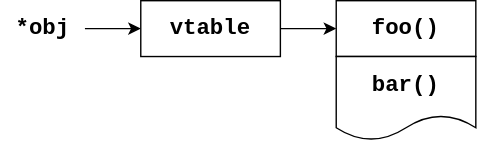
NauEngine/as keeps this draw.io diagram as docs/architecture-vtable.svg. Above is the earlier version. Source tidied: cells renumbered, new cells last; positions are measured from the earlier drawing's top-left corner, leaving out a move shared by most shapes.
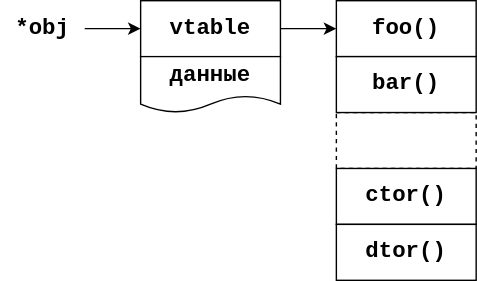
Later version of the same file.

Diff of the diagram source:
```diff
@@ -17,8 +17,20 @@
     <mxCell id="6" value="foo()" style="rounded=0;whiteSpace=wrap;html=1;fontFamily=Courier New;fontSize=16;fontStyle=1;" parent="1" vertex="1">
       <mxGeometry x="240" width="100" height="40" as="geometry" />
     </mxCell>
+    <mxCell id="8" value="данные" style="shape=document;whiteSpace=wrap;html=1;boundedLbl=1;fontFamily=Courier New;fontSize=16;fontStyle=1;" parent="1" vertex="1">
+      <mxGeometry x="100" y="40" width="100" height="40" as="geometry" />
+    </mxCell>
+    <mxCell id="9" style="rounded=0;whiteSpace=wrap;html=1;fontFamily=Courier New;fontSize=16;fontStyle=1;dashed=1;" parent="1" vertex="1">
+      <mxGeometry x="240" y="80" width="100" height="40" as="geometry" />
+    </mxCell>
-    <mxCell id="7" value="bar()" style="shape=document;whiteSpace=wrap;html=1;boundedLbl=1;fontFamily=Courier New;fontSize=16;fontStyle=1;" parent="1" vertex="1">
-      <mxGeometry x="240" y="40" width="100" height="60" as="geometry" />
+    <mxCell id="7" value="bar()" style="rounded=0;whiteSpace=wrap;html=1;fontFamily=Courier New;fontSize=16;fontStyle=1;" parent="1" vertex="1">
+      <mxGeometry x="240" y="40" width="100" height="40" as="geometry" />
     </mxCell>
+    <mxCell id="10" value="ctor()" style="rounded=0;whiteSpace=wrap;html=1;fontFamily=Courier New;fontSize=16;fontStyle=1;" parent="1" vertex="1">
+      <mxGeometry x="240" y="120" width="100" height="40" as="geometry" />
+    </mxCell>
+    <mxCell id="11" value="dtor()" style="rounded=0;whiteSpace=wrap;html=1;fontFamily=Courier New;fontSize=16;fontStyle=1;" parent="1" vertex="1">
+      <mxGeometry x="240" y="160" width="100" height="40" as="geometry" />
+    </mxCell>
   </root>
 </mxGraphModel>
```
